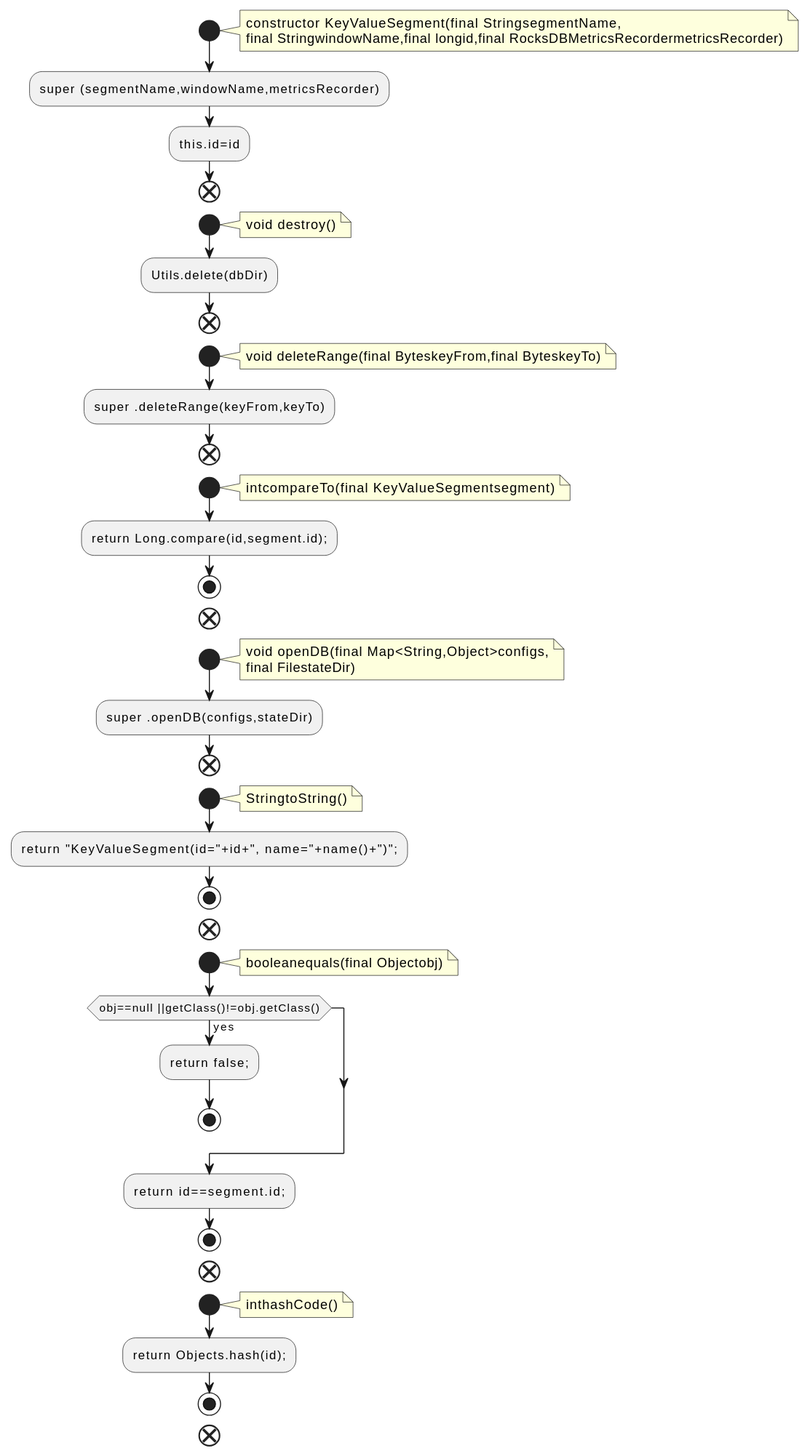
qualitesys/kafka keeps this PlantUML diagram as docs/qc/streams/src/main/java/org/apache/kafka/streams/state/internals/KeyValueSegment.java.fct.svg. Above is the earlier version. Source of this version:
```plantuml
@startuml
!pragma layout smetana
start
note right
constructor KeyValueSegment(final StringsegmentName,
final StringwindowName,final longid,final RocksDBMetricsRecordermetricsRecorder)
end note
:super (segmentName,windowName,metricsRecorder);
:this.id=id;
end
start
note right
void destroy()
end note
:Utils.delete(dbDir);
end
start
note right
void deleteRange(final ByteskeyFrom,final ByteskeyTo)
end note
:super .deleteRange(keyFrom,keyTo);
end
start
note right
intcompareTo(final KeyValueSegmentsegment)
end note
:return Long.compare(id,segment.id);;
stop
end
start
note right
void openDB(final Map<String,Object>configs,
final FilestateDir)
end note
:super .openDB(configs,stateDir);
end
start
note right
StringtoString()
end note
:return "KeyValueSegment(id="+id+", name="+name()+")";;
stop
end
start
note right
booleanequals(final Objectobj)
end note
if (obj==null ||getClass()!=obj.getClass()) then (yes)
:return false;;
stop
endif
:return id==segment.id;;
stop
end
start
note right
inthashCode()
end note
:return Objects.hash(id);;
stop
end
@enduml
```
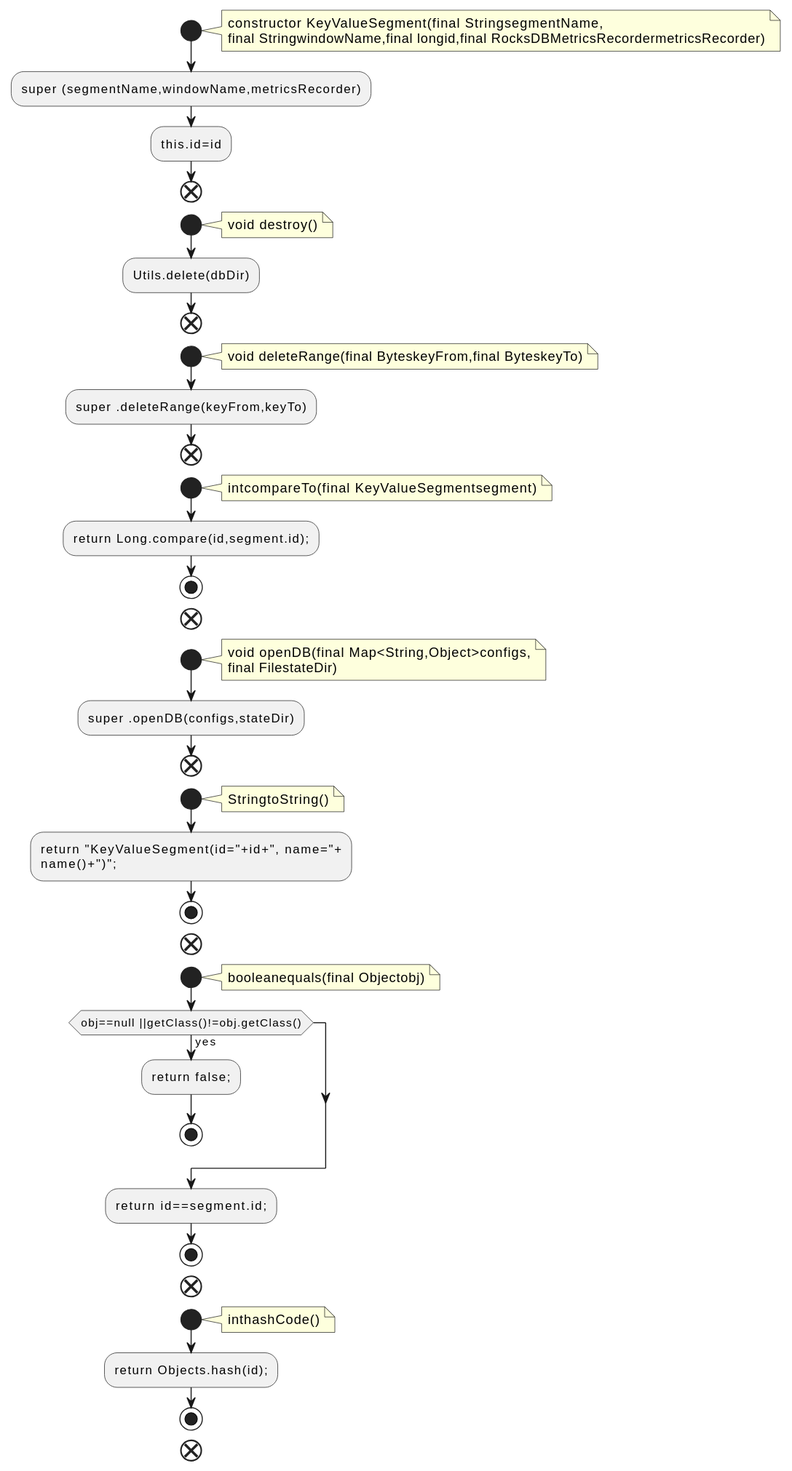
The same diagram one commit later.

The edit, as a diff of the source:
```diff
@@ -38,7 +38,8 @@
 note right
 StringtoString()
 end note
-:return "KeyValueSegment(id="+id+", name="+name()+")";;
+:return "KeyValueSegment(id="+id+", name="+
+name()+")";;
 stop
 end
 start
```
